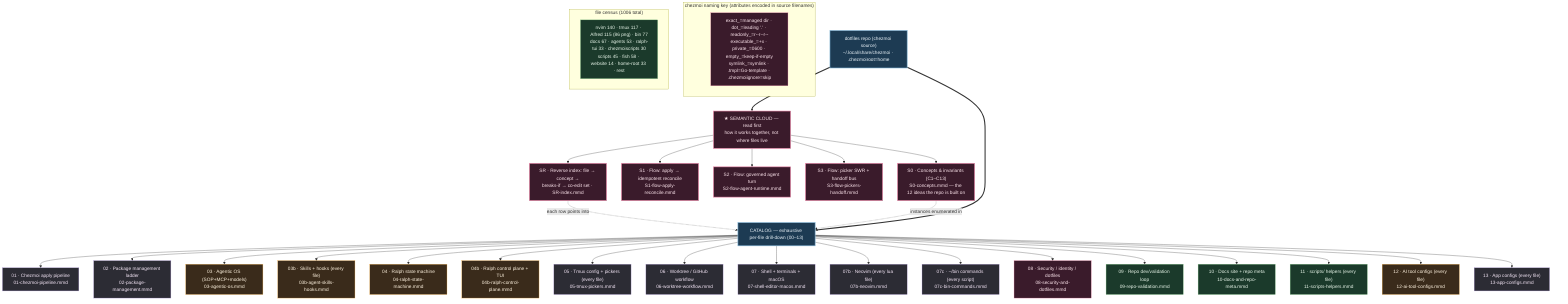
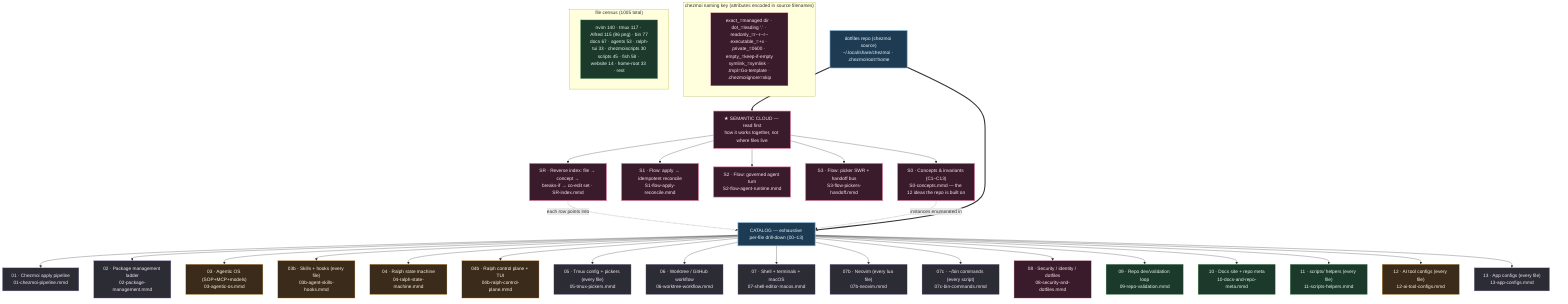
%% ============================================================================
%% 00-overview.mmd — Master navigation map for kapral18/dotfiles
%% TWO LAYERS:
%%   SEMANTIC CLOUD (read first) — how the system THINKS: concepts+invariants
%%     (S0), cross-cutting flows (S1/S2/S3), and a reverse index (SR) that maps
%%     any file to its concept, blast radius, and co-edit set.
%%   CATALOG (drill-down) — how the system is LAID OUT: 00-13 enumerate every
- %%     one of the 1006 tracked files (git ls-files) by exact chezmoi source path.
+ %%     one of the 1005 tracked files by exact chezmoi source path.
%% `home/` is chezmoi source deployed to $HOME; scripts/tools/website/docs are
%% repo-side (NOT deployed). Each node → a deeper .mmd.
%% ============================================================================
graph TD
    classDef entry fill:#1d3b53,stroke:#7fb3d5,color:#eaf2f8,stroke-width:2px;
    classDef sys fill:#2c2c34,stroke:#b39ddb,color:#f3e5f5;
    classDef ai fill:#3a2b1b,stroke:#ffb74d,color:#fff3e0;
    classDef repo fill:#1b3a2b,stroke:#81c784,color:#e8f5e9;
    classDef data fill:#3a1b2b,stroke:#f48fb1,color:#fce4ec;
    classDef sem fill:#3a1b2b,stroke:#f48fb1,color:#fce4ec,stroke-width:2px;

    ROOT["dotfiles repo (chezmoi source)<br/>~/.local/share/chezmoi · .chezmoiroot=home"]:::entry

    %% ---- SEMANTIC LAYER (read before the catalog) --------------------------
    ROOT ==> SEMHEAD["★ SEMANTIC CLOUD — read first<br/>how it works together, not where files live"]:::sem
    SEMHEAD --> S0["S0 · Concepts & invariants (C1–C13)<br/>S0-concepts.mmd — the 12 ideas the repo is built on"]:::sem
    SEMHEAD --> S1["S1 · Flow: apply → idempotent reconcile<br/>S1-flow-apply-reconcile.mmd"]:::sem
    SEMHEAD --> S2["S2 · Flow: governed agent turn<br/>S2-flow-agent-runtime.mmd"]:::sem
    SEMHEAD --> S3["S3 · Flow: picker SWR + handoff bus<br/>S3-flow-pickers-handoff.mmd"]:::sem
    SEMHEAD --> SR["SR · Reverse index: file → concept →<br/>breaks-if → co-edit set · SR-index.mmd"]:::sem
    SR -. "each row points into" .-> CATHEAD
    S0 -. "instances enumerated in" .-> CATHEAD

    %% ---- CATALOG LAYER (exhaustive per-file drill-down) --------------------
    ROOT ==> CATHEAD["CATALOG — exhaustive per-file drill-down (00–13)"]:::entry

    CATHEAD --> CZ["01 · Chezmoi apply pipeline<br/>01-chezmoi-pipeline.mmd"]:::sys
    CATHEAD --> PKG["02 · Package management ladder<br/>02-package-management.mmd"]:::sys
    CATHEAD --> AIOS["03 · Agentic OS (SOP+MCP+models)<br/>03-agentic-os.mmd"]:::ai
    CATHEAD --> SKILLS["03b · Skills + hooks (every file)<br/>03b-agent-skills-hooks.mmd"]:::ai
    CATHEAD --> RALPH["04 · Ralph state machine<br/>04-ralph-state-machine.mmd"]:::ai
    CATHEAD --> RALPHCP["04b · Ralph control plane + TUI<br/>04b-ralph-control-plane.mmd"]:::ai
    CATHEAD --> TMUX["05 · Tmux config + pickers (every file)<br/>05-tmux-pickers.mmd"]:::sys
    CATHEAD --> WT["06 · Worktree / GitHub workflow<br/>06-worktree-workflow.mmd"]:::sys
    CATHEAD --> SEM["07 · Shell + terminals + macOS<br/>07-shell-editor-macos.mmd"]:::sys
    CATHEAD --> NVIM["07b · Neovim (every lua file)<br/>07b-neovim.mmd"]:::sys
    CATHEAD --> BIN["07c · ~/bin commands (every script)<br/>07c-bin-commands.mmd"]:::sys
    CATHEAD --> SEC["08 · Security / identity / dotfiles<br/>08-security-and-dotfiles.mmd"]:::data
    CATHEAD --> VAL["09 · Repo dev/validation loop<br/>09-repo-validation.mmd"]:::repo
    CATHEAD --> DOCS["10 · Docs site + repo meta<br/>10-docs-and-repo-meta.mmd"]:::repo
    CATHEAD --> SCRIPTS["11 · scripts/ helpers (every file)<br/>11-scripts-helpers.mmd"]:::repo
    CATHEAD --> AICFG["12 · AI tool configs (every file)<br/>12-ai-tool-configs.mmd"]:::ai
    CATHEAD --> APPS["13 · App configs (every file)<br/>13-app-configs.mmd"]:::sys

    subgraph KEY["chezmoi naming key (attributes encoded in source filenames)"]
        K1["exact_=managed dir · dot_=leading '.' · readonly_=r--r--r--<br/>executable_=+x · private_=0600 · empty_=keep-if-empty<br/>symlink_=symlink · .tmpl=Go-template · .chezmoiignore=skip"]:::data
    end

-     subgraph COUNTS["file census (1006 total)"]
+     subgraph COUNTS["file census (1005 total)"]
        C1["nvim 140 · tmux 117 · Alfred 115 (86 png) · bin 77<br/>docs 67 · agents 53 · ralph-tui 33 · chezmoiscripts 30<br/>scripts 45 · fish 58 · website 14 · home-root 33 · rest"]:::repo
    end
